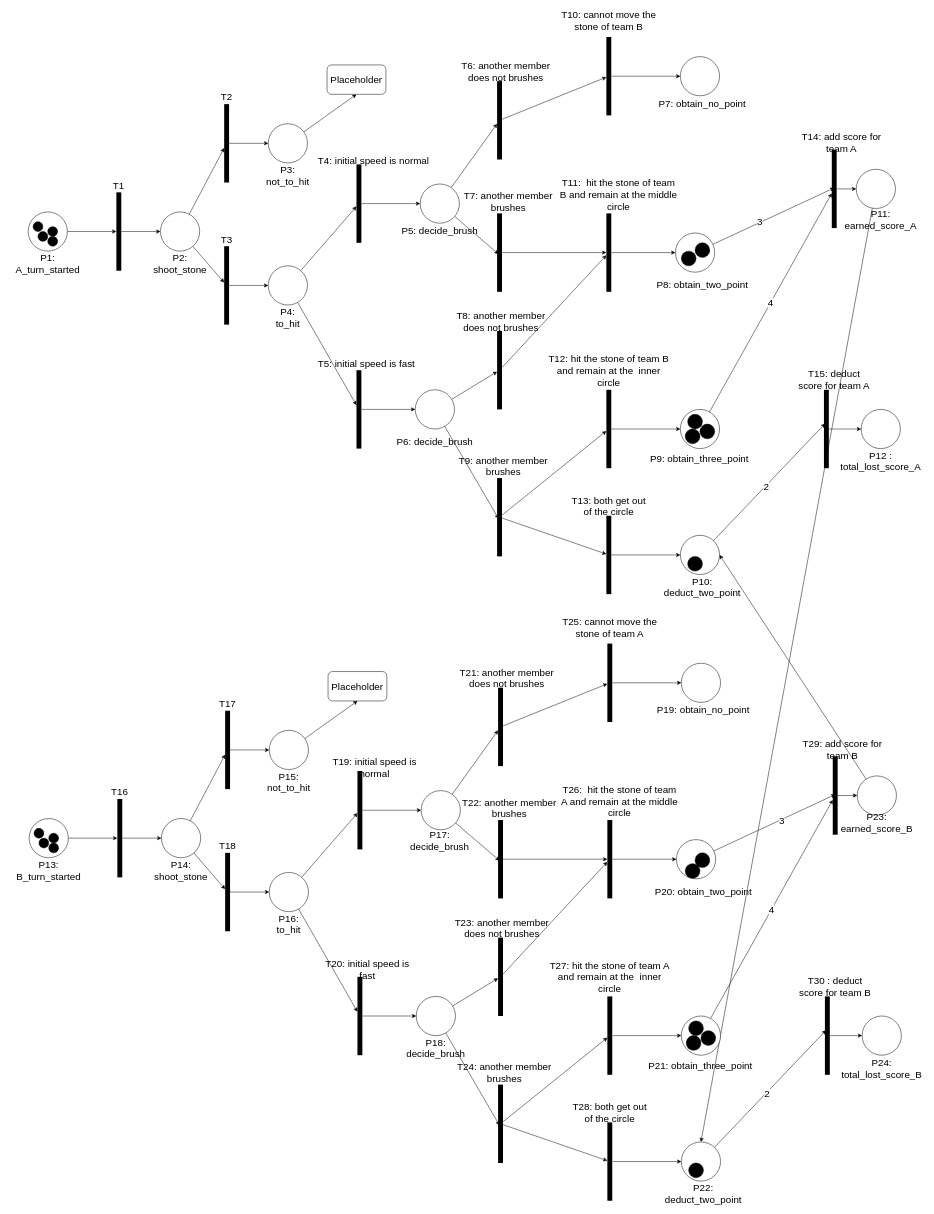
Before: 3100asmt3Q2.2.drawio in wkng0/heyy, a draw.io diagram. Source tidied: cells renumbered, new cells numbered last; positions are measured from the earlier drawing's top-left corner, leaving out a move shared by most shapes. Both pictures are drawn from the tidied source at 49%, with x=0, y=0 at pixel (8, 11).
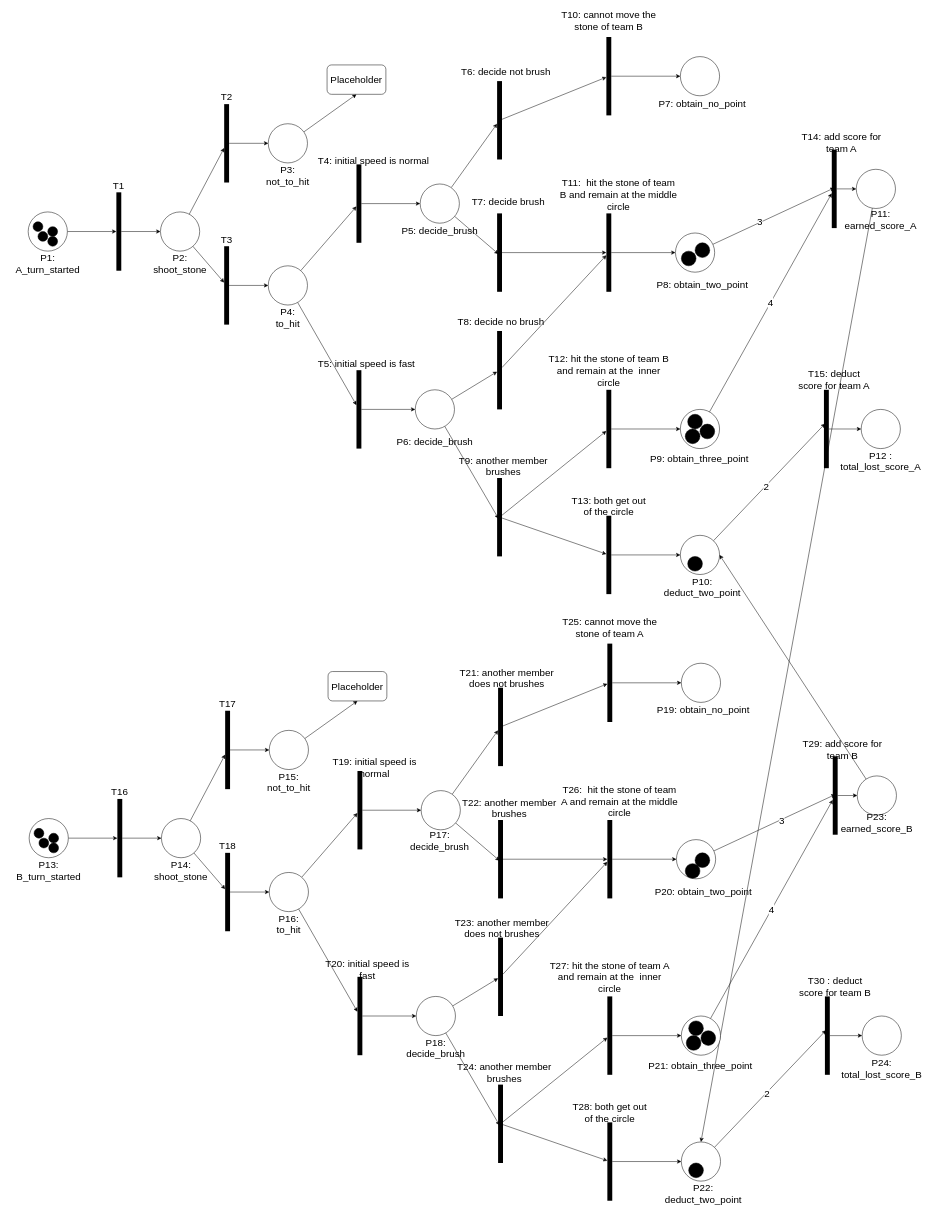
Above is the later version.

Change to the diagram source:
```diff
@@
-    <mxCell id="52" value="T7: another member brushes" style="text;html=1;strokeColor=none;fillColor=none;align=center;verticalAlign=middle;whiteSpace=wrap;rounded=0;fontSize=20;" parent="1" vertex="1">
+    <mxCell id="52" value="T7: decide brush" style="text;html=1;strokeColor=none;fillColor=none;align=center;verticalAlign=middle;whiteSpace=wrap;rounded=0;fontSize=20;" parent="1" vertex="1">
       <mxGeometry x="910" y="373" width="220" height="30" as="geometry" />
     </mxCell>
-    <mxCell id="53" value="T6: another member does not brushes" style="text;html=1;strokeColor=none;fillColor=none;align=center;verticalAlign=middle;whiteSpace=wrap;rounded=0;fontSize=20;" parent="1" vertex="1">
+    <mxCell id="53" value="T6: decide not brush" style="text;html=1;strokeColor=none;fillColor=none;align=center;verticalAlign=middle;whiteSpace=wrap;rounded=0;fontSize=20;" parent="1" vertex="1">
       <mxGeometry x="900" y="103" width="230" height="40" as="geometry" />
     </mxCell>
-    <mxCell id="54" value="T8: another member does not brushes" style="text;html=1;strokeColor=none;fillColor=none;align=center;verticalAlign=middle;whiteSpace=wrap;rounded=0;fontSize=20;" parent="1" vertex="1">
+    <mxCell id="54" value="T8: decide no brush" style="text;html=1;strokeColor=none;fillColor=none;align=center;verticalAlign=middle;whiteSpace=wrap;rounded=0;fontSize=20;" parent="1" vertex="1">
       <mxGeometry x="890" y="613" width="230" height="40" as="geometry" />
     </mxCell>
```
